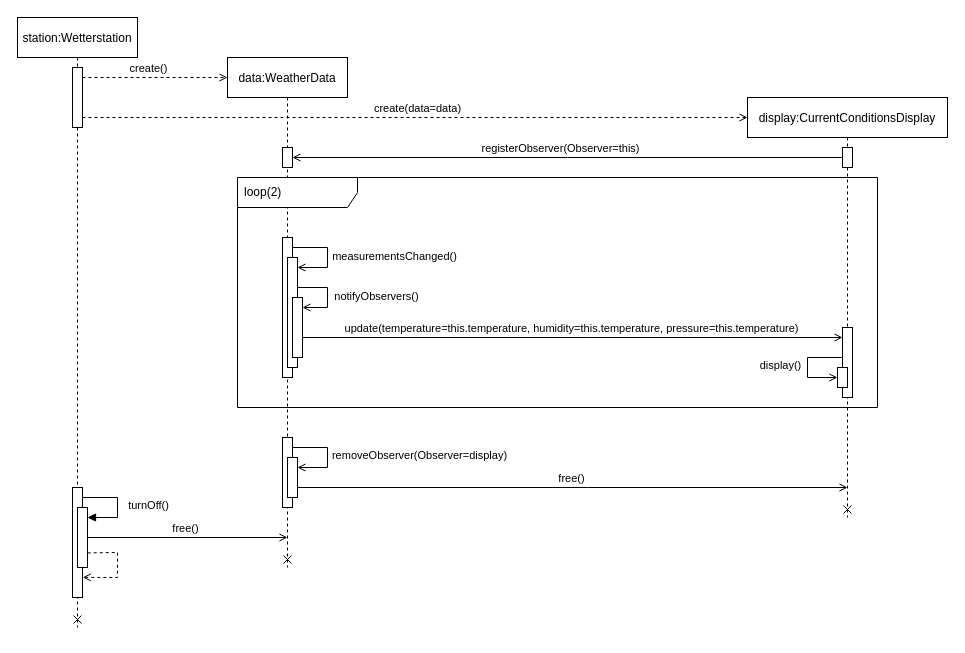
This is swt_wende_tim_h09/swt_wende_tim_h09_sequence_diagram.drawio from tmwnd/fha-swt, a draw.io file, before an edit. Source tidied: cells renumbered, new cells numbered last; positions are measured from the earlier drawing's top-left corner, leaving out a move shared by most shapes. Both pictures are drawn from the tidied source at 100%, with x=0, y=0 at pixel (17, 17).
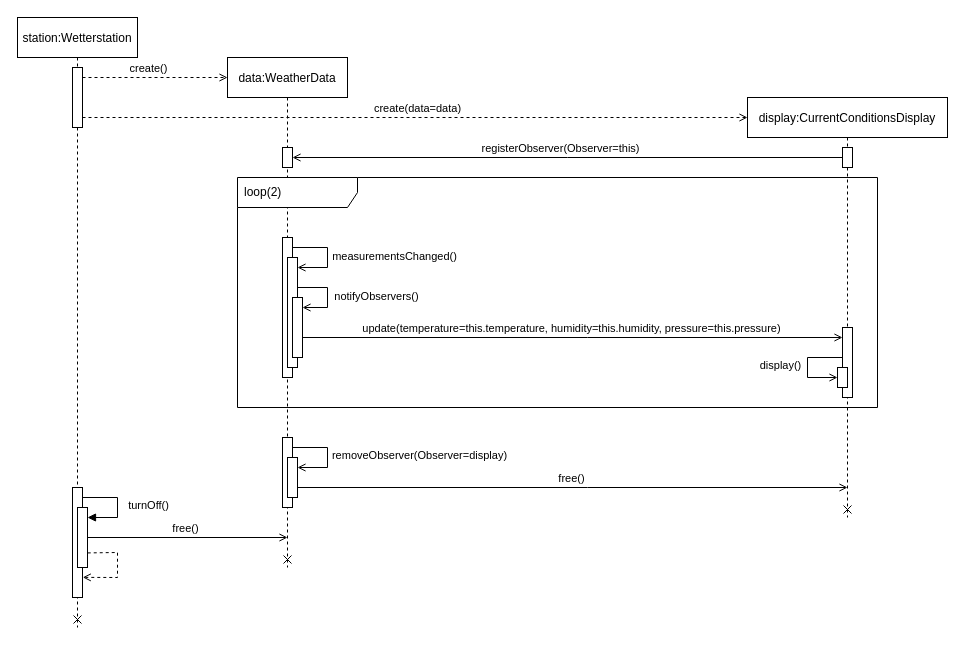
The same diagram, later.

The change refers to these unchanged cells:
```xml
<mxCell id="33" style="html=1;verticalAlign=bottom;labelBackgroundColor=none;endArrow=open;endFill=0;rounded=0;" parent="1" edge="1" source="40" target="32">
  <mxGeometry relative="1" as="geometry">
    <Array as="points">
      <mxPoint x="570" y="320" />
    </Array>
  </mxGeometry>
</mxCell>
```

Diff of the diagram source:
```diff
@@
-    <mxCell id="34" value="update(temperature=this.temperature, humidity=this.temperature, pressure=this.temperature)" style="edgeLabel;html=1;align=center;verticalAlign=middle;" parent="33" vertex="1">
+    <mxCell id="34" value="update(temperature=this.temperature, humidity=this.humidity, pressure=this.pressure)" style="edgeLabel;html=1;align=center;verticalAlign=middle;" parent="33" vertex="1">
       <mxGeometry x="0.08" relative="1" as="geometry">
         <mxPoint x="-24" y="-10" as="offset" />
       </mxGeometry>
     </mxCell>
```
